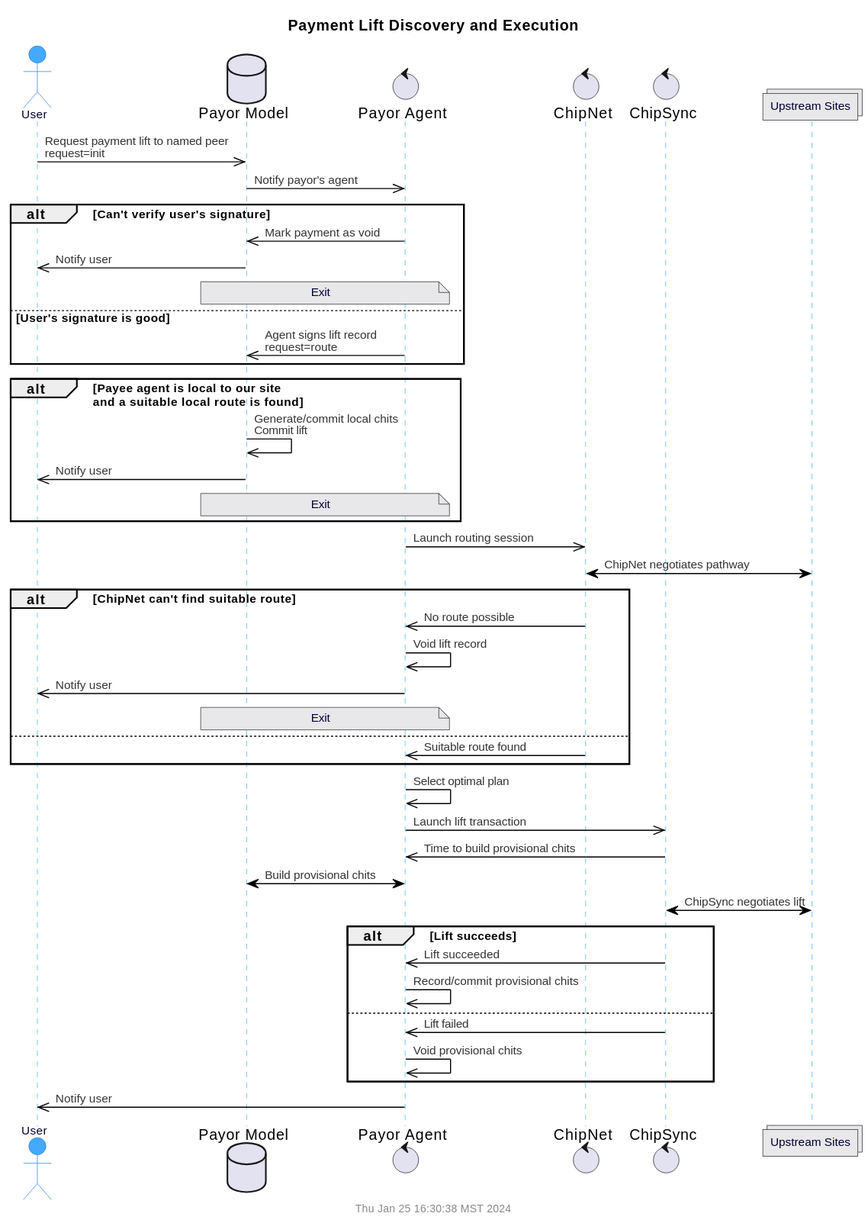
The PlantUML diagram doc/uml/seq-lift-pay.svg in gotchoices/MyCHIPs, before a commit.
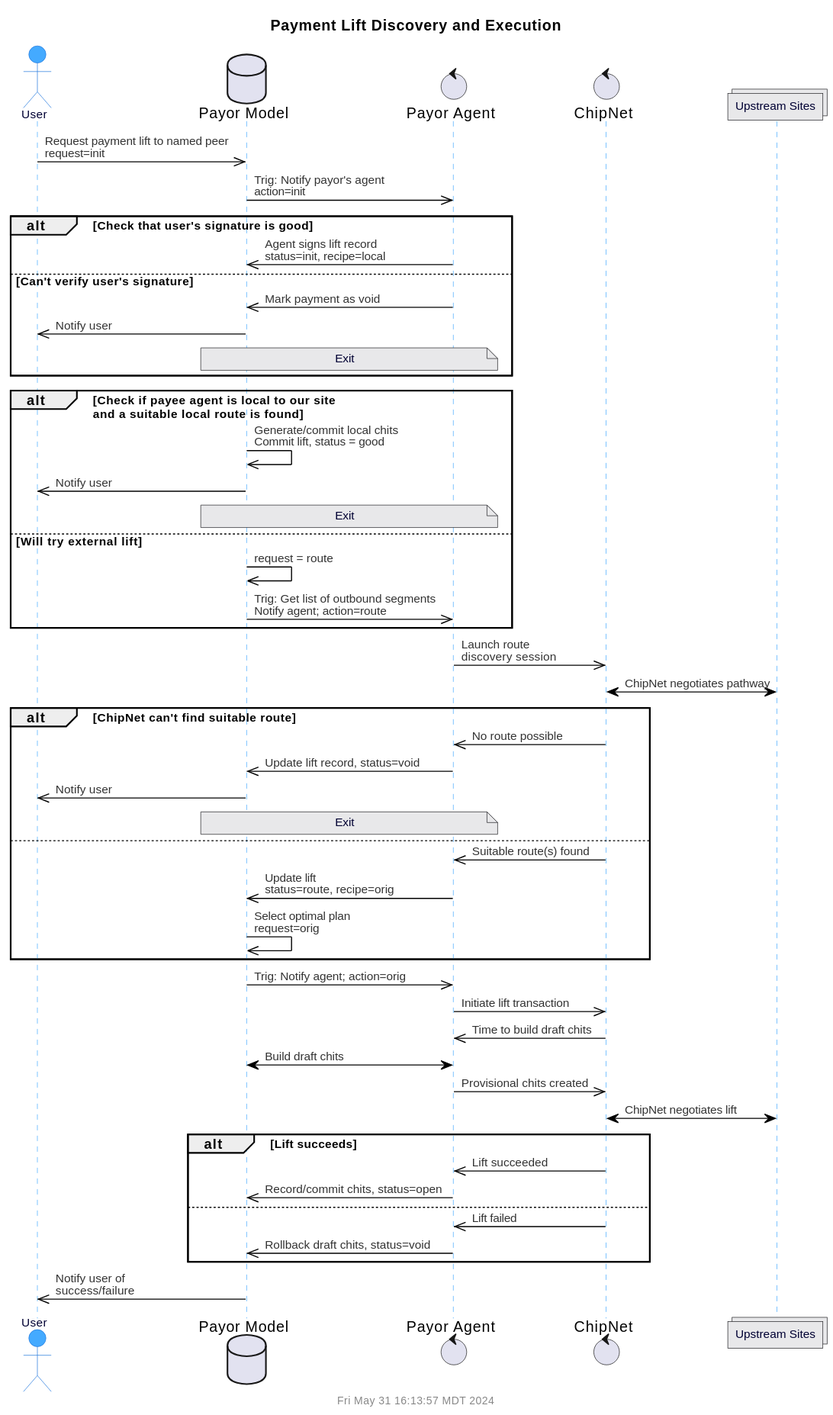
The same file after the commit.

What changed in the source:
```diff
@@ -5,56 +5,60 @@
 database "Payor Model" as orgDB
 control "Payor Agent" as orgAgent
 control "ChipNet" as chipNet
-control "ChipSync" as chipSync
 collections "Upstream Sites" as upSites
 
 user		->>	orgDB:		Request payment lift to named peer\nrequest=init
-orgDB		->>	orgAgent:		Notify payor's agent
+orgDB		->>	orgAgent:	Trig: Notify payor's agent\naction=init
 
-alt Can't verify user's signature
+alt Check that user's signature is good
+  orgAgent	->>	orgDB:		Agent signs lift record\nstatus=init, recipe=local
+else Can't verify user's signature
   orgAgent	->>	orgDB:		Mark payment as void
-  orgDB	->>	user:		Notify user
-  note over orgAgent,orgDB: Exit
-else User's signature is good
-  orgAgent	->>	orgDB:		Agent signs lift record\nrequest=route
-end
-
-alt Payee agent is local to our site\nand a suitable local route is found
-  orgDB	->>	orgDB:		Generate/commit local chits\nCommit lift
-  orgDB	->>	user:		Notify user
+  orgDB		->>	user:		Notify user
   note over orgAgent,orgDB: Exit
 end
 
-orgAgent	->>	chipNet:	Launch routing session
+alt Check if payee agent is local to our site\nand a suitable local route is found
+  orgDB		->>	orgDB:		Generate/commit local chits\nCommit lift, status = good
+  orgDB		->>	user:		Notify user
+  note over orgAgent,orgDB: Exit
+else Will try external lift
+  orgDB		->>	orgDB:		request = route
+  orgDB		->>	orgAgent:	Trig: Get list of outbound segments\nNotify agent; action=route
+end
+
+orgAgent	->>	chipNet:	Launch route\ndiscovery session
 chipNet		<->	upSites:	ChipNet negotiates pathway
 
 alt ChipNet can't find suitable route
-
   chipNet	->>	orgAgent:	No route possible
-  orgAgent	->>	orgAgent:	Void lift record
-  orgAgent	->>	user:		Notify user
+  orgAgent	->>	orgDB:		Update lift record, status=void
+  orgDB		->>	user:		Notify user
   note over orgAgent,orgDB: Exit
 
 else
-  chipNet	->>	orgAgent:	Suitable route found
+  chipNet	->>	orgAgent:	Suitable route(s) found
+  orgAgent	->>	orgDB:		Update lift\nstatus=route, recipe=orig
+  orgDB		->>	orgDB:		Select optimal plan\nrequest=orig
 end
 
-orgAgent	->>	orgAgent:	Select optimal plan
-orgAgent	->>	chipSync:	Launch lift transaction
-chipSync	->>	orgAgent:	Time to build provisional chits
-orgAgent	<->	orgDB:		Build provisional chits
-chipSync	<->	upSites:	ChipSync negotiates lift
+orgDB		->>	orgAgent:	Trig: Notify agent; action=orig
+orgAgent	->>	chipNet:	Initiate lift transaction
+
+chipNet		->>	orgAgent:	Time to build draft chits
+orgAgent	<->	orgDB:		Build draft chits
+orgAgent	->>	chipNet:	Provisional chits created
+chipNet		<->	upSites:	ChipNet negotiates lift
 
 alt Lift succeeds
-
-  chipSync	->>	orgAgent:	Lift succeeded
-  orgAgent	->>	orgAgent:	Record/commit provisional chits
+  chipNet	->>	orgAgent:	Lift succeeded
+  orgAgent	->>	orgDB:		Record/commit chits, status=open
 
 else
-  chipSync	->>	orgAgent:	Lift failed
-  orgAgent	->>	orgAgent:	Void provisional chits
+  chipNet	->>	orgAgent:	Lift failed
+  orgAgent	->>	orgDB:		Rollback draft chits, status=void
 end
 
-orgAgent	->>	user:		Notify user
+orgDB		->>	user:		Notify user of\nsuccess/failure
 
 @enduml
```
